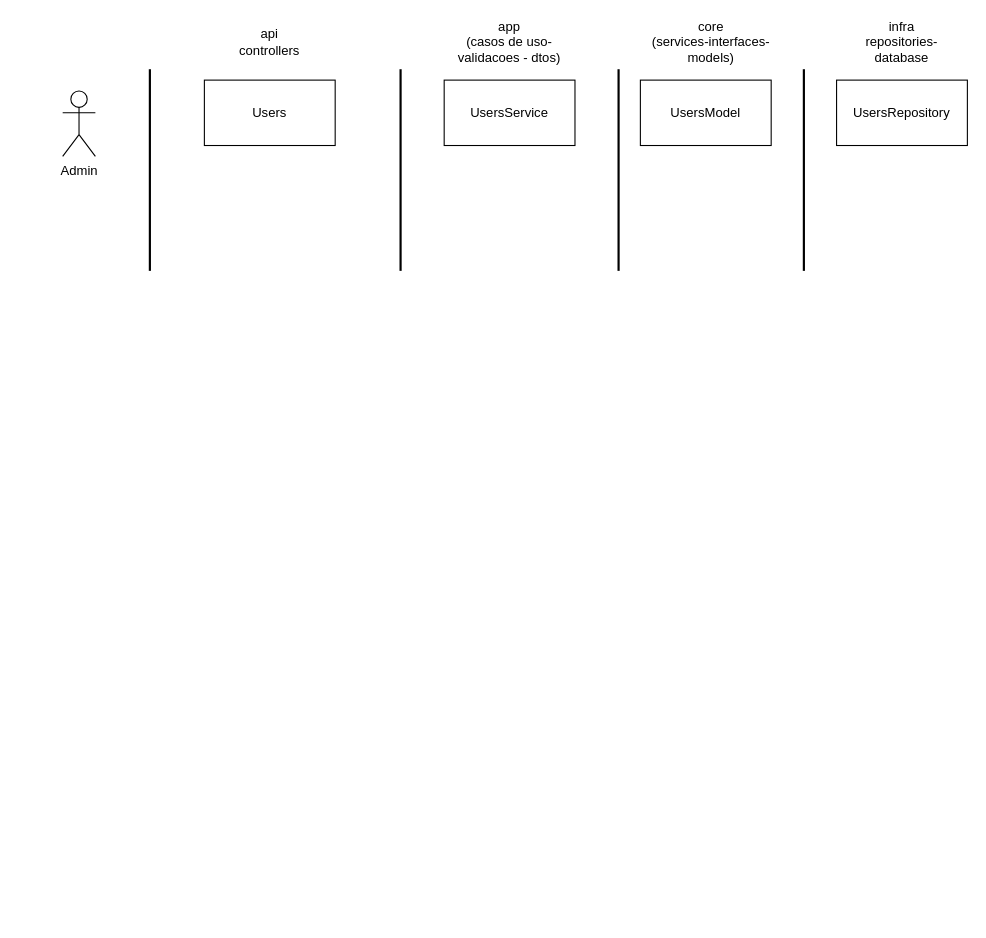
hesauhugo/tbob-bookstore-be keeps this draw.io diagram as page "arquitetura" (1 of 3) of doc/bookstor-architecture.drawio. Above is the earlier version. Source tidied: cells renumbered, new cells numbered last; positions are measured from the earlier drawing's top-left corner, leaving out a move shared by most shapes. Both pictures are drawn from the tidied source at 109%, with x=0, y=0 at pixel (62, 25).
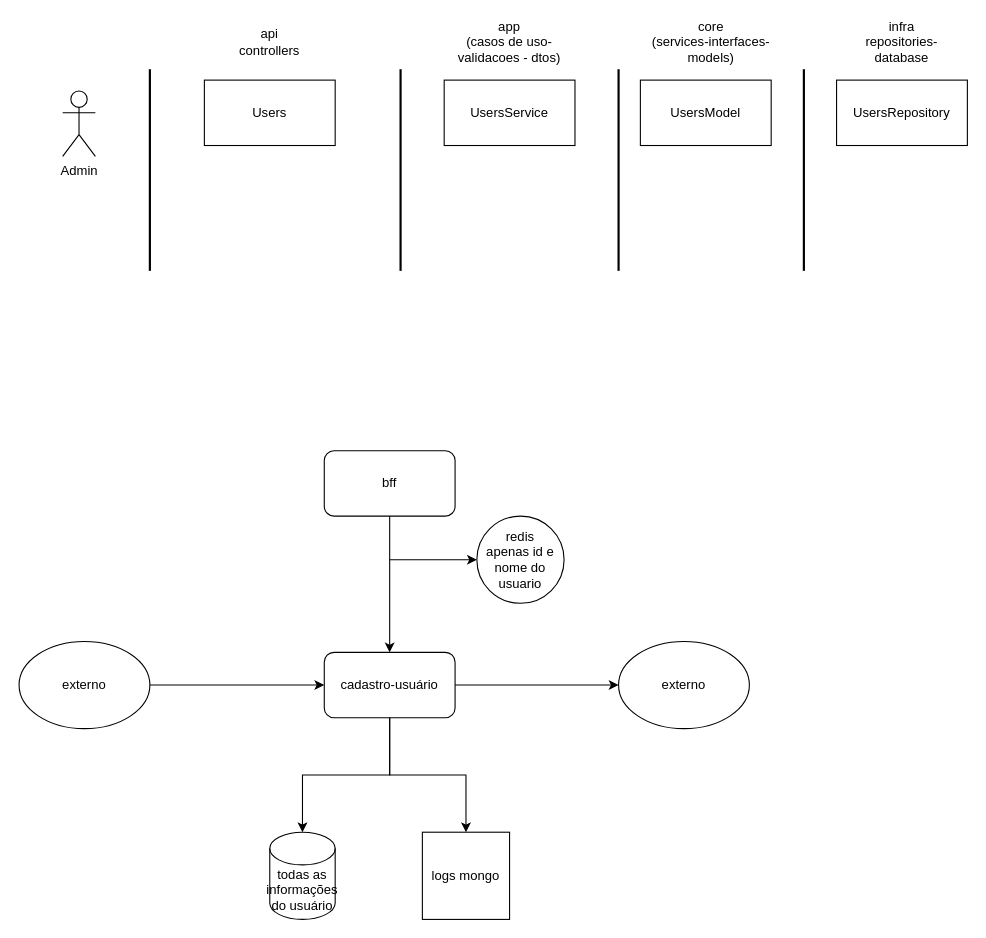
The same diagram, later.

The edit, as a diff of the source:
```diff
@@
+    <mxCell id="15" value="cadastro-usuário" style="rounded=1;whiteSpace=wrap;html=1;" parent="1" vertex="1">
+      <mxGeometry x="240" y="575" width="120" height="60" as="geometry" />
+    </mxCell>
+    <mxCell id="16" style="edgeStyle=orthogonalEdgeStyle;rounded=0;jettySize=auto;html=1;entryX=0;entryY=0.5;entryDx=0;entryDy=0;" parent="1" edge="1" source="17" target="15">
+      <mxGeometry relative="1" as="geometry" />
+    </mxCell>
+    <mxCell id="17" value="externo" style="ellipse;whiteSpace=wrap;html=1;" parent="1" vertex="1">
+      <mxGeometry x="-40" y="565" width="120" height="80" as="geometry" />
+    </mxCell>
+    <mxCell id="18" value="todas as informações do usuário" style="shape=cylinder3;whiteSpace=wrap;html=1;boundedLbl=1;backgroundOutline=1;size=15;" parent="1" vertex="1">
+      <mxGeometry x="190" y="740" width="60" height="80" as="geometry" />
+    </mxCell>
+    <mxCell id="19" style="edgeStyle=orthogonalEdgeStyle;rounded=0;jettySize=auto;html=1;entryX=0.5;entryY=0;entryDx=0;entryDy=0;entryPerimeter=0;" parent="1" edge="1" source="15" target="18">
+      <mxGeometry relative="1" as="geometry" />
+    </mxCell>
+    <mxCell id="20" value="externo" style="ellipse;whiteSpace=wrap;html=1;" parent="1" vertex="1">
+      <mxGeometry x="510" y="565" width="120" height="80" as="geometry" />
+    </mxCell>
+    <mxCell id="21" style="edgeStyle=orthogonalEdgeStyle;rounded=0;jettySize=auto;html=1;entryX=0;entryY=0.5;entryDx=0;entryDy=0;" parent="1" edge="1" source="15" target="20">
+      <mxGeometry relative="1" as="geometry" />
+    </mxCell>
+    <mxCell id="22" value="redis&lt;br&gt;apenas id e nome do usuario" style="ellipse;whiteSpace=wrap;html=1;" parent="1" vertex="1">
+      <mxGeometry x="380" y="450" width="80" height="80" as="geometry" />
+    </mxCell>
+    <mxCell id="23" style="endArrow=classic;html=1;rounded=0;" parent="1" edge="1" target="22">
+      <mxGeometry relative="1" as="geometry">
+        <mxPoint x="300" y="490" as="sourcePoint" />
+      </mxGeometry>
+    </mxCell>
+    <mxCell id="24" style="edgeStyle=orthogonalEdgeStyle;rounded=0;jettySize=auto;html=1;entryX=0.5;entryY=0;entryDx=0;entryDy=0;" parent="1" edge="1" source="25" target="15">
+      <mxGeometry relative="1" as="geometry" />
+    </mxCell>
+    <mxCell id="25" value="bff" style="rounded=1;whiteSpace=wrap;html=1;" parent="1" vertex="1">
+      <mxGeometry x="240" y="390" width="120" height="60" as="geometry" />
+    </mxCell>
+    <mxCell id="26" style="edgeStyle=orthogonalEdgeStyle;rounded=0;jettySize=auto;html=1;exitX=0.5;exitY=1;exitDx=0;exitDy=0;" parent="1" edge="1" source="15" target="27">
+      <mxGeometry relative="1" as="geometry" />
+    </mxCell>
+    <mxCell id="27" value="logs mongo" style="whiteSpace=wrap;html=1;" parent="1" vertex="1">
+      <mxGeometry x="330" y="740" width="80" height="80" as="geometry" />
+    </mxCell>
```
